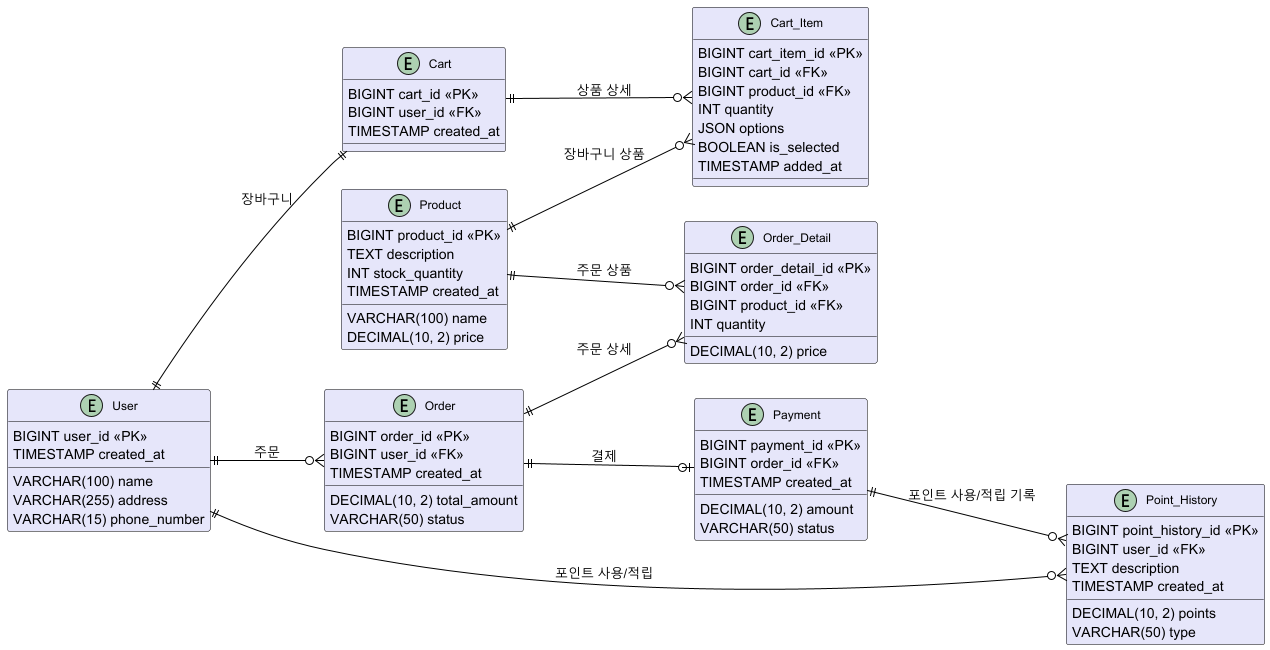
Before: src/main/resources/images/ERD.png, a diagram exported from PlantUML (kjh418/hhplus-e-commerce).
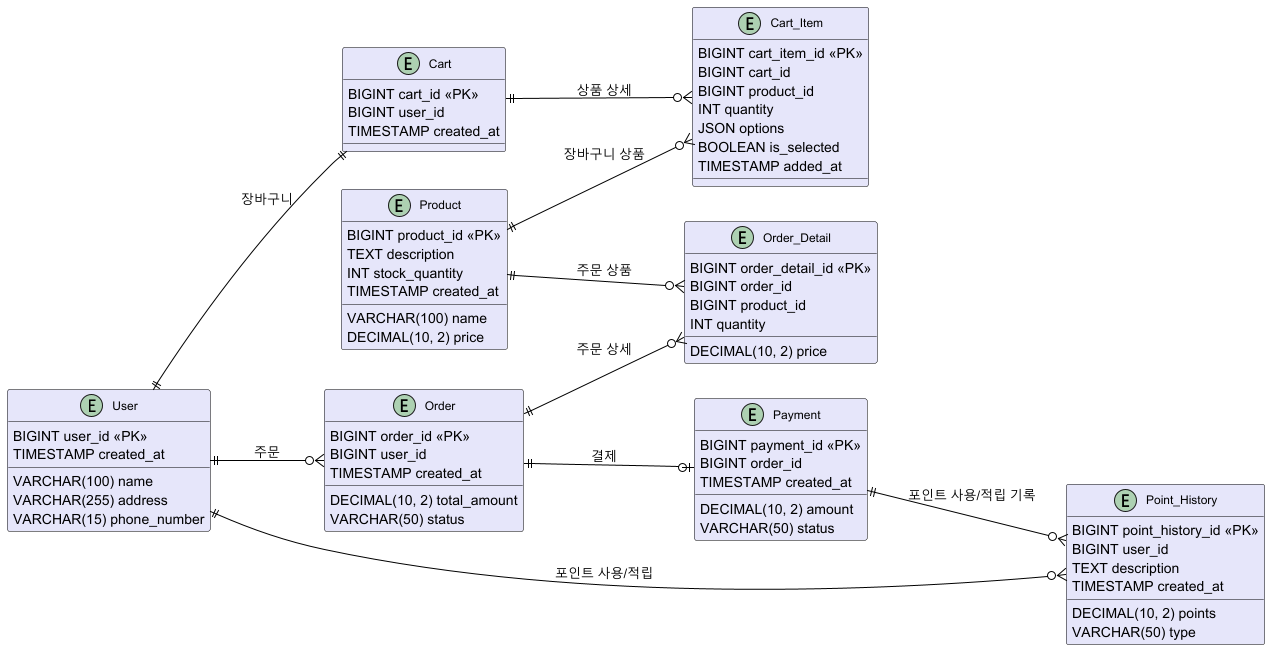
The same file after the commit.

Commit message:
fix : [#9] 실제 테이블 구성할 때는 FK 제약조건 설정하지 않음

Change to the diagram source:
```diff
@@ -1,79 +1,79 @@
 @startuml
 skinparam class {
-    BackgroundColor Lavender
-    BorderColor Black
-    ArrowColor Black
-    FontName Arial
-    FontSize 12
-    ClassFontColor Black
+BackgroundColor Lavender
+BorderColor Black
+ArrowColor Black
+FontName Arial
+FontSize 12
+ClassFontColor Black
 }
 
 left to right direction
 
 entity User {
-  BIGINT user_id <<PK>>
-  VARCHAR(100) name
-  VARCHAR(255) address
-  VARCHAR(15) phone_number
-  TIMESTAMP created_at
+BIGINT user_id <<PK>>
+VARCHAR(100) name
+VARCHAR(255) address
+VARCHAR(15) phone_number
+TIMESTAMP created_at
 }
 
 entity Product {
-  BIGINT product_id <<PK>>
-  VARCHAR(100) name
-  TEXT description
-  DECIMAL(10, 2) price
-  INT stock_quantity
-  TIMESTAMP created_at
+BIGINT product_id <<PK>>
+VARCHAR(100) name
+TEXT description
+DECIMAL(10, 2) price
+INT stock_quantity
+TIMESTAMP created_at
 }
 
 entity Cart {
-  BIGINT cart_id <<PK>>
-  BIGINT user_id <<FK>>
-  TIMESTAMP created_at
+BIGINT cart_id <<PK>>
+BIGINT user_id
+TIMESTAMP created_at
 }
 
 entity Cart_Item {
-  BIGINT cart_item_id <<PK>>
-  BIGINT cart_id <<FK>>
-  BIGINT product_id <<FK>>
-  INT quantity
-  JSON options
-  BOOLEAN is_selected
-  TIMESTAMP added_at
+BIGINT cart_item_id <<PK>>
+BIGINT cart_id
+BIGINT product_id
+INT quantity
+JSON options
+BOOLEAN is_selected
+TIMESTAMP added_at
 }
 
 entity Order {
-  BIGINT order_id <<PK>>
-  BIGINT user_id <<FK>>
-  DECIMAL(10, 2) total_amount
-  VARCHAR(50) status
-  TIMESTAMP created_at
+BIGINT order_id <<PK>>
+BIGINT user_id
+DECIMAL(10, 2) total_amount
+VARCHAR(50) status
+TIMESTAMP created_at
 }
 
 entity Order_Detail {
-  BIGINT order_detail_id <<PK>>
-  BIGINT order_id <<FK>>
-  BIGINT product_id <<FK>>
-  INT quantity
-  DECIMAL(10, 2) price
+BIGINT order_detail_id <<PK>>
+BIGINT order_id
+BIGINT product_id
+INT quantity
+DECIMAL(10, 2) price
 }
 
 entity Payment {
-  BIGINT payment_id <<PK>>
-  BIGINT order_id <<FK>>
-  DECIMAL(10, 2) amount
-  VARCHAR(50) status
-  TIMESTAMP created_at
+BIGINT payment_id <<PK>>
+BIGINT order_id
+DECIMAL(10, 2) amount
+VARCHAR(50) status
+TIMESTAMP created_at
 }
 
 entity Point_History {
-  BIGINT point_history_id <<PK>>
-  BIGINT user_id <<FK>>
-  DECIMAL(10, 2) points
-  VARCHAR(50) type
-  TEXT description
-  TIMESTAMP created_at
+BIGINT point_history_id <<PK>>
+BIGINT user_id
+DECIMAL(10, 2) points
+VARCHAR(50) type
+TEXT description
+TIMESTAMP created_at
 }
 
 User ||--|| Cart : "장바구니"
```
